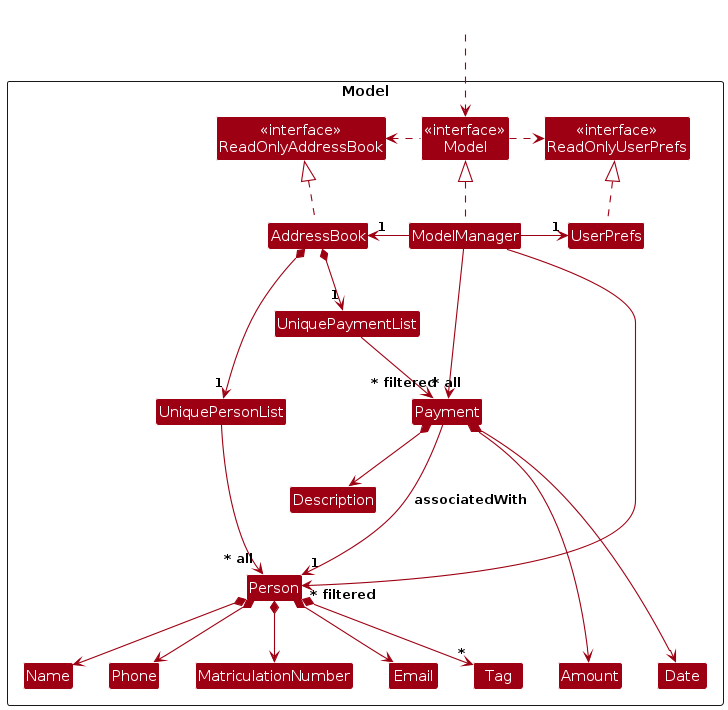
The PlantUML diagram diagrams/ModelClassDiagram.png in AY2526S1-CS2103T-W11-2/tp, before a commit. Its source is kept beside it as diagrams/ModelClassDiagram.puml.
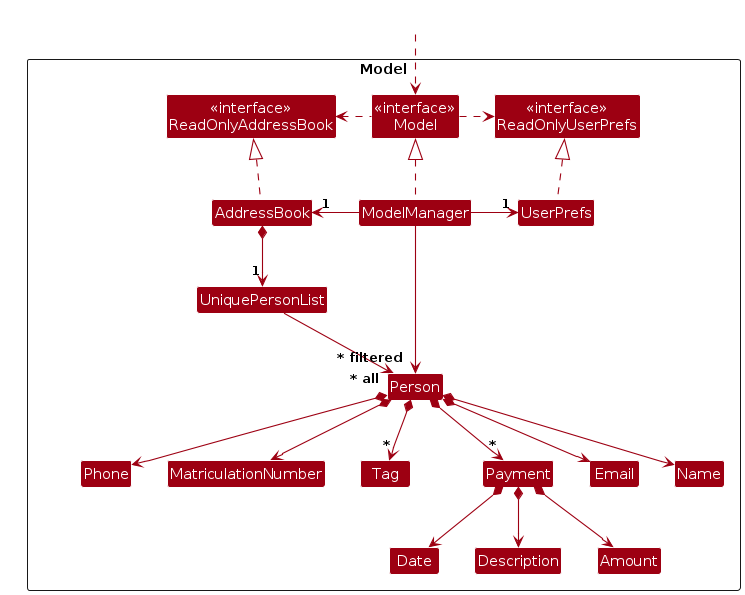
The same file after the commit.

Change to the diagram source:
```diff
@@ -4,32 +4,44 @@
 skinparam arrowColor MODEL_COLOR
 skinparam classBackgroundColor MODEL_COLOR
 
-Package Model as ModelPackage <<Rectangle>> {
-  Class "<<interface>>\nReadOnlyAddressBook" as ReadOnlyAddressBook
-  Class "<<interface>>\nReadOnlyUserPrefs" as ReadOnlyUserPrefs
-  Class "<<interface>>\nModel" as Model
-  Class AddressBook
-  Class ModelManager
-  Class UserPrefs
+package Model as ModelPackage <<Rectangle>> {
+  class "<<interface>>\nReadOnlyAddressBook" as ReadOnlyAddressBook
+  class "<<interface>>\nReadOnlyUserPrefs" as ReadOnlyUserPrefs
+  class "<<interface>>\nModel" as Model
+  class AddressBook
+  class ModelManager
+  class UserPrefs
 
-  Class UniquePersonList
-  Class Person
-  Class MatriculationNumber
-  Class Email
-  Class Name
-  Class Phone
-  Class Tag
+  class UniquePersonList
+  class Person {
+    - name: Name
+    - phone: Phone
+    - email: Email
+    - matriculationNumber: MatriculationNumber
+    - tags: Set<Tag>
+    - payments: List<Payment>
+    - archived: boolean
+  }
+  class MatriculationNumber
+  class Email
+  class Name
+  class Phone
+  class Tag
 
-  Class UniquePaymentList
-  Class Payment
-  Class Amount
-  Class Date
-  Class Description
+  class Payment {
+    - amount: Amount
+    - date: Date
+    - remarks: String
+    - recordedAt: LocalDateTime
+  }
+  class Amount
+  class Date
+  class Description
 
-  Class I #FFFFFF
+  class I #FFFFFF
 }
 
-Class HiddenOutside #FFFFFF
+class HiddenOutside #FFFFFF
 HiddenOutside ..> Model
 
 AddressBook .up.|> ReadOnlyAddressBook
@@ -48,16 +60,13 @@
 Person *--> MatriculationNumber
 Person *--> "*" Tag
 
-AddressBook *--> "1" UniquePaymentList
-UniquePaymentList --> "~* all" Payment
+Person *--> "*" Payment
 Payment *--> Amount
 Payment *--> Date
 Payment *--> Description
-Payment --> "1" Person : associatedWith
 
 Person -[hidden]up--> I
 UniquePersonList -[hidden]right-> I
-UniquePaymentList -[hidden]right-> I
 Payment -[hidden]right-> I
 
 Name -[hidden]right-> Phone
@@ -67,6 +76,5 @@
 Amount -[hidden]right-> Date
 
 ModelManager --> "~* filtered" Person
-ModelManager --> "~* filtered" Payment
 
 @enduml
```
